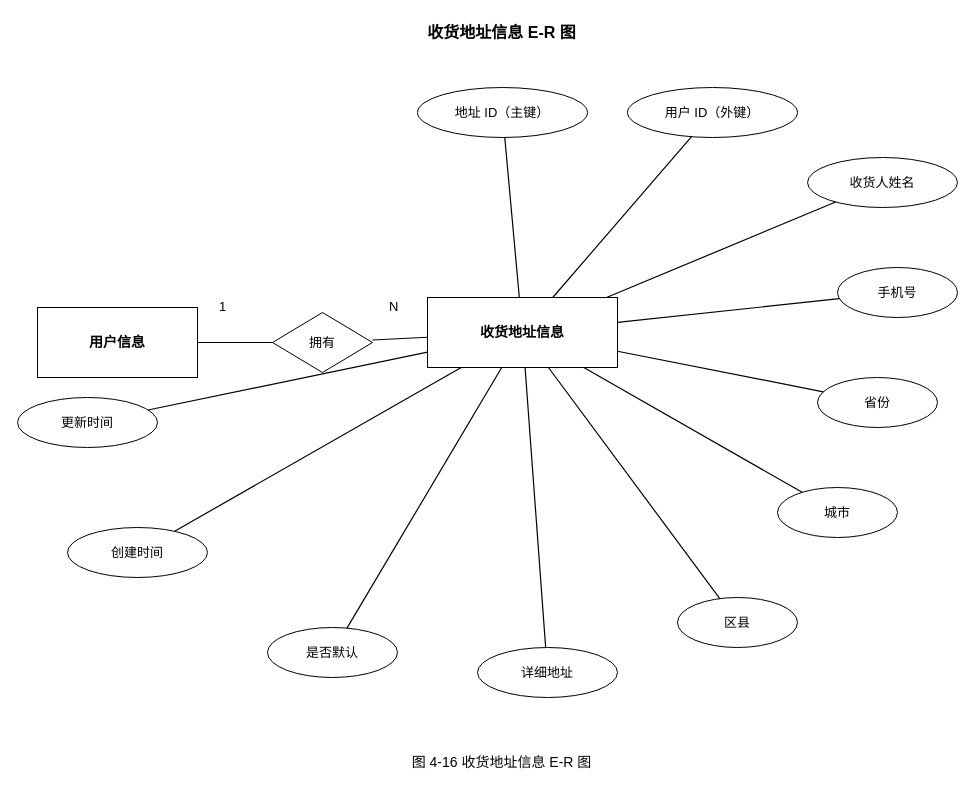
Above: 图4.12收货地址信息 E-R 图.drawio in wujiangcai/drawio (draw.io), before the change. Source tidied: cells renumbered, new cells numbered last; positions are measured from the earlier drawing's top-left corner, leaving out a move shared by most shapes. Both pictures are drawn from the tidied source at 100%, with x=0, y=0 at pixel (17, 17).
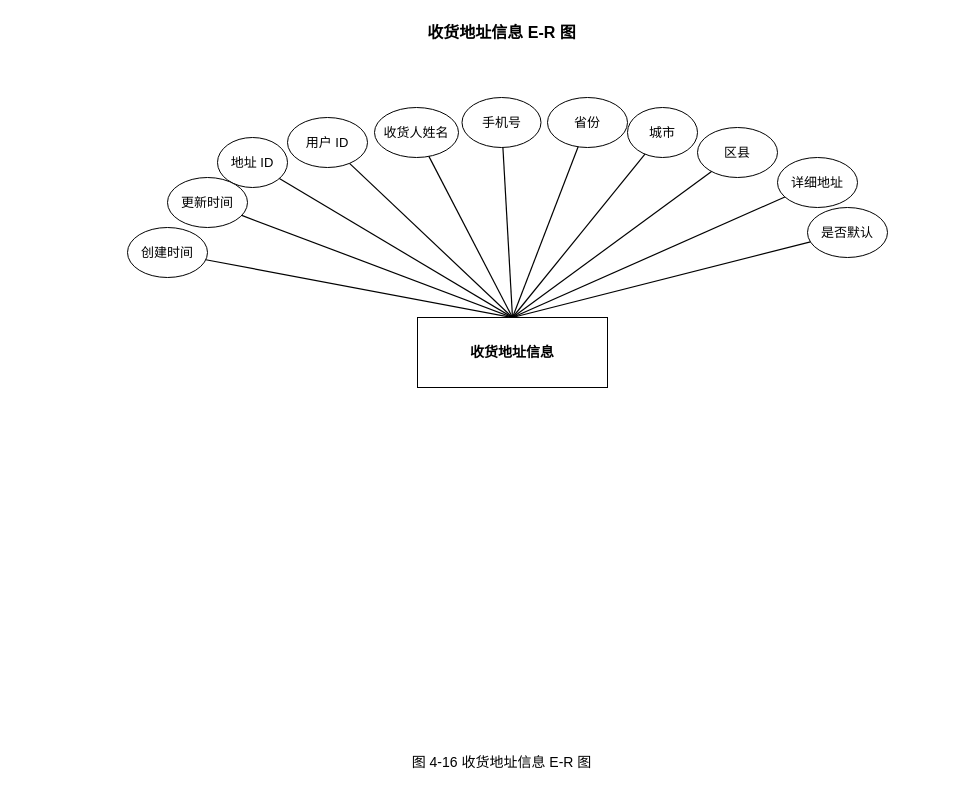
Above is the later version.

The edit, as a diff of the source:
```diff
@@
-    <mxCell id="3" value="用户信息" style="shape=rectangle;whiteSpace=wrap;html=1;strokeColor=#000000;fillColor=#ffffff;fontSize=14;fontStyle=1;" parent="1" vertex="1">
-      <mxGeometry x="20" y="290" width="160" height="70" as="geometry" />
-    </mxCell>
     <mxCell id="4" value="收货地址信息" style="shape=rectangle;whiteSpace=wrap;html=1;strokeColor=#000000;fillColor=#ffffff;fontSize=14;fontStyle=1;" parent="1" vertex="1">
-      <mxGeometry x="410" y="280" width="190" height="70" as="geometry" />
+      <mxGeometry x="400" y="300" width="190" height="70" as="geometry" />
     </mxCell>
-    <mxCell id="5" value="拥有" style="shape=rhombus;whiteSpace=wrap;html=1;strokeColor=#000000;fillColor=#ffffff;fontSize=13;" parent="1" vertex="1">
-      <mxGeometry x="255" y="295" width="100" height="60" as="geometry" />
-    </mxCell>
-    <mxCell id="6" value="地址 ID（主键）" style="ellipse;whiteSpace=wrap;html=1;strokeColor=#000000;fillColor=#ffffff;fontSize=13;" parent="1" vertex="1">
-      <mxGeometry x="400" y="70" width="170" height="50" as="geometry" />
+    <mxCell id="6" value="地址 ID" style="ellipse;whiteSpace=wrap;html=1;strokeColor=#000000;fillColor=#ffffff;fontSize=13;" parent="1" vertex="1">
+      <mxGeometry x="200" y="120" width="70" height="50" as="geometry" />
     </mxCell>
-    <mxCell id="7" value="用户 ID（外键）" style="ellipse;whiteSpace=wrap;html=1;strokeColor=#000000;fillColor=#ffffff;fontSize=13;" parent="1" vertex="1">
-      <mxGeometry x="610" y="70" width="170" height="50" as="geometry" />
+    <mxCell id="7" value="用户 ID" style="ellipse;whiteSpace=wrap;html=1;strokeColor=#000000;fillColor=#ffffff;fontSize=13;" parent="1" vertex="1">
+      <mxGeometry x="270" y="100" width="80" height="50" as="geometry" />
     </mxCell>
     <mxCell id="8" value="收货人姓名" style="ellipse;whiteSpace=wrap;html=1;strokeColor=#000000;fillColor=#ffffff;fontSize=13;" parent="1" vertex="1">
-      <mxGeometry x="790" y="140" width="150" height="50" as="geometry" />
+      <mxGeometry x="357" y="90" width="84" height="50" as="geometry" />
     </mxCell>
     <mxCell id="9" value="手机号" style="ellipse;whiteSpace=wrap;html=1;strokeColor=#000000;fillColor=#ffffff;fontSize=13;" parent="1" vertex="1">
-      <mxGeometry x="820" y="250" width="120" height="50" as="geometry" />
+      <mxGeometry x="444.5" y="80" width="79" height="50" as="geometry" />
     </mxCell>
     <mxCell id="10" value="省份" style="ellipse;whiteSpace=wrap;html=1;strokeColor=#000000;fillColor=#ffffff;fontSize=13;" parent="1" vertex="1">
-      <mxGeometry x="800" y="360" width="120" height="50" as="geometry" />
+      <mxGeometry x="530" y="80" width="80" height="50" as="geometry" />
     </mxCell>
     <mxCell id="11" value="城市" style="ellipse;whiteSpace=wrap;html=1;strokeColor=#000000;fillColor=#ffffff;fontSize=13;" parent="1" vertex="1">
-      <mxGeometry x="760" y="470" width="120" height="50" as="geometry" />
+      <mxGeometry x="610" y="90" width="70" height="50" as="geometry" />
     </mxCell>
     <mxCell id="12" value="区县" style="ellipse;whiteSpace=wrap;html=1;strokeColor=#000000;fillColor=#ffffff;fontSize=13;" parent="1" vertex="1">
-      <mxGeometry x="660" y="580" width="120" height="50" as="geometry" />
+      <mxGeometry x="680" y="110" width="80" height="50" as="geometry" />
     </mxCell>
     <mxCell id="13" value="详细地址" style="ellipse;whiteSpace=wrap;html=1;strokeColor=#000000;fillColor=#ffffff;fontSize=13;" parent="1" vertex="1">
-      <mxGeometry x="460" y="630" width="140" height="50" as="geometry" />
+      <mxGeometry x="760" y="140" width="80" height="50" as="geometry" />
     </mxCell>
     <mxCell id="14" value="是否默认" style="ellipse;whiteSpace=wrap;html=1;strokeColor=#000000;fillColor=#ffffff;fontSize=13;" parent="1" vertex="1">
-      <mxGeometry x="250" y="610" width="130" height="50" as="geometry" />
+      <mxGeometry x="790" y="190" width="80" height="50" as="geometry" />
     </mxCell>
     <mxCell id="15" value="创建时间" style="ellipse;whiteSpace=wrap;html=1;strokeColor=#000000;fillColor=#ffffff;fontSize=13;" parent="1" vertex="1">
-      <mxGeometry x="50" y="510" width="140" height="50" as="geometry" />
+      <mxGeometry x="110" y="210" width="80" height="50" as="geometry" />
     </mxCell>
     <mxCell id="16" value="更新时间" style="ellipse;whiteSpace=wrap;html=1;strokeColor=#000000;fillColor=#ffffff;fontSize=13;" parent="1" vertex="1">
-      <mxGeometry y="380" width="140" height="50" as="geometry" />
+      <mxGeometry x="150" y="160" width="80" height="50" as="geometry" />
     </mxCell>
-    <mxCell id="17" style="endArrow=none;strokeColor=#000000;strokeWidth=1.2;" parent="1" edge="1" source="4" target="6">
+    <mxCell id="17" style="endArrow=none;strokeColor=#000000;strokeWidth=1.2;exitX=0.5;exitY=0;exitDx=0;exitDy=0;" parent="1" edge="1" source="4" target="6">
       <mxGeometry relative="1" as="geometry" />
     </mxCell>
-    <mxCell id="18" style="endArrow=none;strokeColor=#000000;strokeWidth=1.2;" parent="1" edge="1" source="4" target="7">
+    <mxCell id="18" style="endArrow=none;strokeColor=#000000;strokeWidth=1.2;exitX=0.5;exitY=0;exitDx=0;exitDy=0;" parent="1" edge="1" source="4" target="7">
       <mxGeometry relative="1" as="geometry" />
     </mxCell>
-    <mxCell id="19" style="endArrow=none;strokeColor=#000000;strokeWidth=1.2;" parent="1" edge="1" source="4" target="8">
+    <mxCell id="19" style="endArrow=none;strokeColor=#000000;strokeWidth=1.2;exitX=0.5;exitY=0;exitDx=0;exitDy=0;" parent="1" edge="1" source="4" target="8">
       <mxGeometry relative="1" as="geometry" />
     </mxCell>
-    <mxCell id="20" style="endArrow=none;strokeColor=#000000;strokeWidth=1.2;" parent="1" edge="1" source="4" target="9">
+    <mxCell id="20" style="endArrow=none;strokeColor=#000000;strokeWidth=1.2;exitX=0.5;exitY=0;exitDx=0;exitDy=0;" parent="1" edge="1" source="4" target="9">
       <mxGeometry relative="1" as="geometry" />
     </mxCell>
-    <mxCell id="21" style="endArrow=none;strokeColor=#000000;strokeWidth=1.2;" parent="1" edge="1" source="4" target="10">
+    <mxCell id="21" style="endArrow=none;strokeColor=#000000;strokeWidth=1.2;exitX=0.5;exitY=0;exitDx=0;exitDy=0;" parent="1" edge="1" source="4" target="10">
       <mxGeometry relative="1" as="geometry" />
     </mxCell>
-    <mxCell id="22" style="endArrow=none;strokeColor=#000000;strokeWidth=1.2;" parent="1" edge="1" source="4" target="11">
+    <mxCell id="22" style="endArrow=none;strokeColor=#000000;strokeWidth=1.2;exitX=0.5;exitY=0;exitDx=0;exitDy=0;" parent="1" edge="1" source="4" target="11">
       <mxGeometry relative="1" as="geometry" />
     </mxCell>
-    <mxCell id="23" style="endArrow=none;strokeColor=#000000;strokeWidth=1.2;" parent="1" edge="1" source="4" target="12">
+    <mxCell id="23" style="endArrow=none;strokeColor=#000000;strokeWidth=1.2;exitX=0.5;exitY=0;exitDx=0;exitDy=0;" parent="1" edge="1" source="4" target="12">
       <mxGeometry relative="1" as="geometry" />
     </mxCell>
-    <mxCell id="24" style="endArrow=none;strokeColor=#000000;strokeWidth=1.2;" parent="1" edge="1" source="4" target="13">
+    <mxCell id="24" style="endArrow=none;strokeColor=#000000;strokeWidth=1.2;exitX=0.5;exitY=0;exitDx=0;exitDy=0;" parent="1" edge="1" source="4" target="13">
       <mxGeometry relative="1" as="geometry" />
     </mxCell>
-    <mxCell id="25" style="endArrow=none;strokeColor=#000000;strokeWidth=1.2;" parent="1" edge="1" source="4" target="14">
+    <mxCell id="25" style="endArrow=none;strokeColor=#000000;strokeWidth=1.2;exitX=0.5;exitY=0;exitDx=0;exitDy=0;" parent="1" edge="1" source="4" target="14">
       <mxGeometry relative="1" as="geometry" />
     </mxCell>
-    <mxCell id="26" style="endArrow=none;strokeColor=#000000;strokeWidth=1.2;" parent="1" edge="1" source="4" target="15">
+    <mxCell id="26" style="endArrow=none;strokeColor=#000000;strokeWidth=1.2;exitX=0.5;exitY=0;exitDx=0;exitDy=0;" parent="1" edge="1" source="4" target="15">
       <mxGeometry relative="1" as="geometry" />
     </mxCell>
-    <mxCell id="27" style="endArrow=none;strokeColor=#000000;strokeWidth=1.2;" parent="1" edge="1" source="4" target="16">
+    <mxCell id="27" style="endArrow=none;strokeColor=#000000;strokeWidth=1.2;exitX=0.5;exitY=0;exitDx=0;exitDy=0;" parent="1" edge="1" source="4" target="16">
       <mxGeometry relative="1" as="geometry" />
     </mxCell>
-    <mxCell id="28" style="endArrow=none;strokeColor=#000000;strokeWidth=1.2;" parent="1" edge="1" source="3" target="5">
-      <mxGeometry relative="1" as="geometry" />
-    </mxCell>
-    <mxCell id="29" style="endArrow=none;strokeColor=#000000;strokeWidth=1.2;" parent="1" edge="1" source="5" target="4">
-      <mxGeometry relative="1" as="geometry" />
-    </mxCell>
-    <mxCell id="30" value="1" style="text;html=1;strokeColor=none;fillColor=none;fontSize=13;" parent="1" vertex="1">
-      <mxGeometry x="200" y="275" width="20" height="20" as="geometry" />
-    </mxCell>
-    <mxCell id="31" value="N" style="text;html=1;strokeColor=none;fillColor=none;fontSize=13;" parent="1" vertex="1">
-      <mxGeometry x="370" y="275" width="20" height="20" as="geometry" />
-    </mxCell>
```
